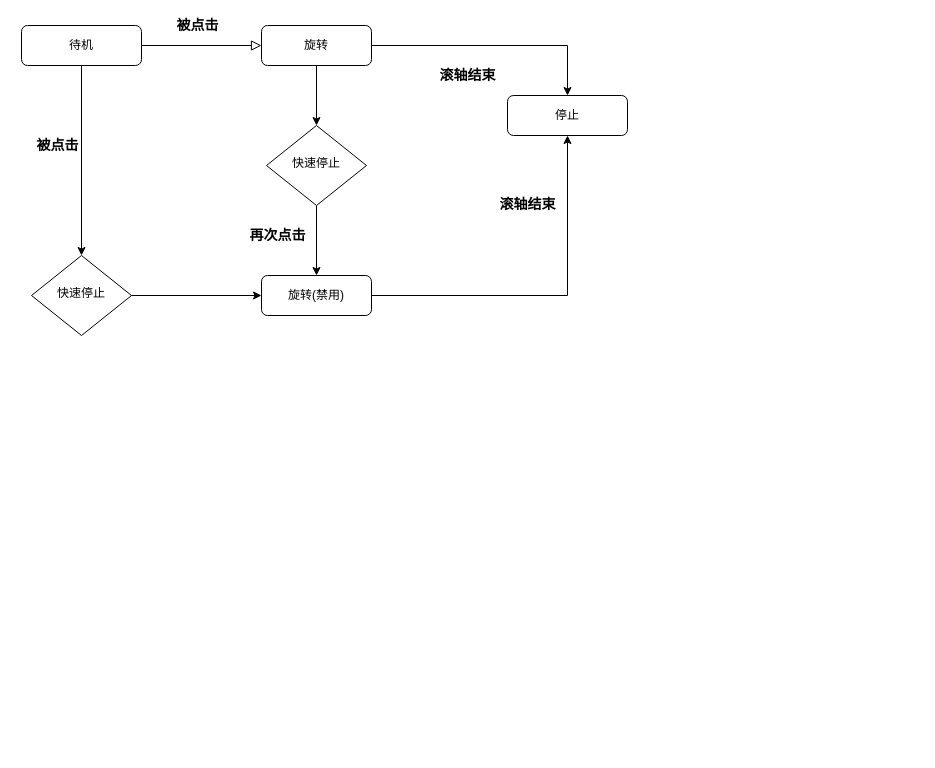
Raindrips/Draw keeps this draw.io diagram as buttom.drawio. Above is the earlier version. Source tidied: cells renumbered, new cells numbered last; positions are measured from the earlier drawing's top-left corner, leaving out a move shared by most shapes. Both pictures are drawn from the tidied source at 100%, with x=0, y=0 at pixel (21, 25).
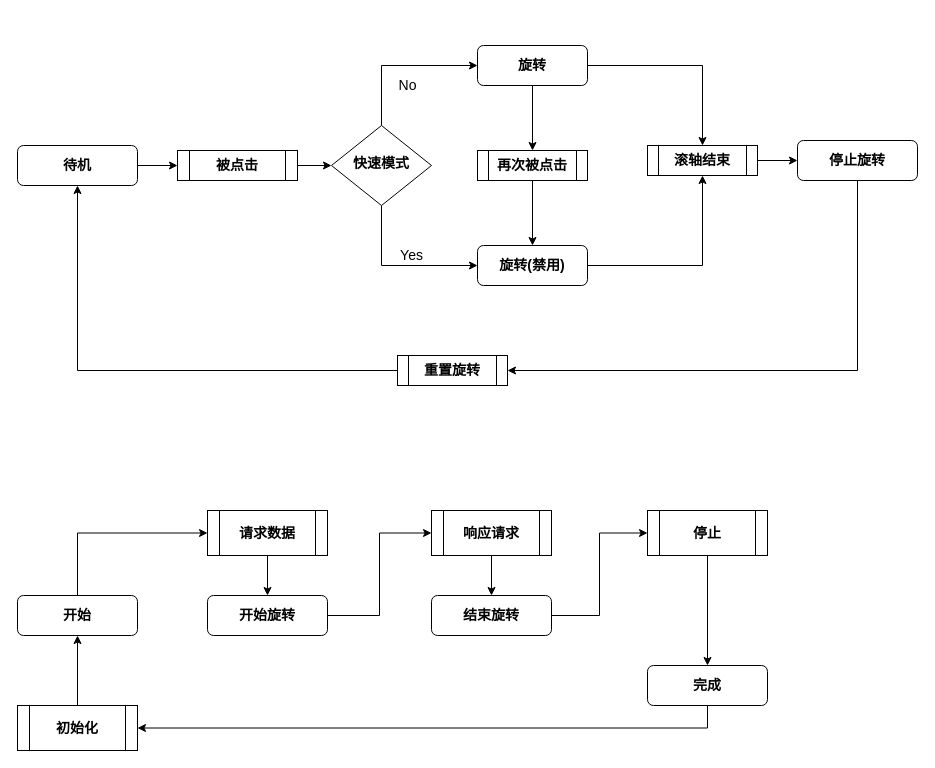
The same page after the edit.

What changed in the source:
```diff
@@
-    <mxCell id="2" value="被点击" style="rounded=0;html=1;jettySize=auto;fontSize=14;endArrow=block;endFill=0;endSize=8;strokeWidth=1;shadow=0;labelBackgroundColor=none;edgeStyle=orthogonalEdgeStyle;entryX=0;entryY=0.5;entryDx=0;entryDy=0;fontStyle=1;" parent="1" edge="1" source="4" target="9">
-      <mxGeometry x="-0.07" y="20" relative="1" as="geometry" />
-    </mxCell>
-    <mxCell id="3" value="被点击" style="edgeStyle=orthogonalEdgeStyle;rounded=0;jettySize=auto;html=1;entryX=0.5;entryY=0;entryDx=0;entryDy=0;fontSize=14;fontStyle=1;" parent="1" edge="1" source="4" target="14">
-      <mxGeometry x="-0.16" y="-24" relative="1" as="geometry">
-        <Array as="points">
-          <mxPoint x="60" y="230" />
-        </Array>
-      </mxGeometry>
-    </mxCell>
+    <mxCell id="15" style="edgeStyle=orthogonalEdgeStyle;rounded=0;jettySize=auto;html=1;exitX=1;exitY=0.5;exitDx=0;exitDy=0;entryX=0;entryY=0.5;entryDx=0;entryDy=0;" parent="1" edge="1" source="4" target="20">
+      <mxGeometry relative="1" as="geometry" />
+    </mxCell>
-    <mxCell id="4" value="待机" style="rounded=1;whiteSpace=wrap;html=1;fontSize=12;glass=0;strokeWidth=1;shadow=0;" parent="1" vertex="1">
-      <mxGeometry width="120" height="40" as="geometry" />
+    <mxCell id="4" value="待机" style="rounded=1;whiteSpace=wrap;html=1;fontSize=14;glass=0;strokeWidth=1;shadow=0;fontStyle=1;" parent="1" vertex="1">
+      <mxGeometry x="-4" y="120" width="120" height="40" as="geometry" />
     </mxCell>
-    <mxCell id="5" value="再次点击" style="edgeStyle=orthogonalEdgeStyle;rounded=0;jettySize=auto;html=1;entryX=0.5;entryY=0;entryDx=0;entryDy=0;fontSize=14;fontStyle=1;" parent="1" edge="1" source="6" target="12">
-      <mxGeometry x="-0.14" y="-39" relative="1" as="geometry" />
-    </mxCell>
-    <mxCell id="6" value="快速停止" style="rhombus;whiteSpace=wrap;html=1;shadow=0;fontFamily=Helvetica;fontSize=12;align=center;strokeWidth=1;spacing=6;spacingTop=-4;" parent="1" vertex="1">
-      <mxGeometry x="245" y="100" width="100" height="80" as="geometry" />
-    </mxCell>
-    <mxCell id="7" style="edgeStyle=orthogonalEdgeStyle;rounded=0;jettySize=auto;html=1;entryX=0.5;entryY=0;entryDx=0;entryDy=0;" parent="1" edge="1" source="9" target="6">
-      <mxGeometry relative="1" as="geometry" />
-    </mxCell>
-    <mxCell id="8" value="&lt;span style=&quot;font-size: 14px; font-weight: 700;&quot;&gt;滚轴结束&lt;/span&gt;" style="edgeStyle=orthogonalEdgeStyle;rounded=0;jettySize=auto;html=1;entryX=0.5;entryY=0;entryDx=0;entryDy=0;" parent="1" edge="1" source="9" target="10">
-      <mxGeometry x="-0.22" y="-30" relative="1" as="geometry" />
-    </mxCell>
+    <mxCell id="16" style="edgeStyle=orthogonalEdgeStyle;rounded=0;jettySize=auto;html=1;exitX=0.5;exitY=1;exitDx=0;exitDy=0;entryX=0.5;entryY=0;entryDx=0;entryDy=0;" parent="1" edge="1" source="9" target="22">
+      <mxGeometry relative="1" as="geometry" />
+    </mxCell>
+    <mxCell id="17" style="edgeStyle=orthogonalEdgeStyle;rounded=0;jettySize=auto;html=1;entryX=0.5;entryY=0;entryDx=0;entryDy=0;" parent="1" edge="1" source="9" target="8">
+      <mxGeometry relative="1" as="geometry" />
+    </mxCell>
-    <mxCell id="9" value="旋转" style="rounded=1;whiteSpace=wrap;html=1;fontSize=12;glass=0;strokeWidth=1;shadow=0;" parent="1" vertex="1">
-      <mxGeometry x="240" width="110" height="40" as="geometry" />
+    <mxCell id="9" value="旋转" style="rounded=1;whiteSpace=wrap;html=1;fontSize=14;glass=0;strokeWidth=1;shadow=0;fontStyle=1;" parent="1" vertex="1">
+      <mxGeometry x="456" y="20" width="110" height="40" as="geometry" />
     </mxCell>
-    <mxCell id="10" value="停止" style="rounded=1;whiteSpace=wrap;html=1;fontSize=12;glass=0;strokeWidth=1;shadow=0;" parent="1" vertex="1">
-      <mxGeometry x="486" y="70" width="120" height="40" as="geometry" />
-    </mxCell>
-    <mxCell id="11" value="滚轴结束" style="edgeStyle=orthogonalEdgeStyle;rounded=0;jettySize=auto;html=1;entryX=0.5;entryY=1;entryDx=0;entryDy=0;fontSize=14;fontStyle=1;exitX=1;exitY=0.5;exitDx=0;exitDy=0;" parent="1" edge="1" source="12" target="10">
+    <mxCell id="11" style="edgeStyle=orthogonalEdgeStyle;rounded=0;jettySize=auto;html=1;entryX=0.5;entryY=1;entryDx=0;entryDy=0;fontSize=14;fontStyle=1;exitX=1;exitY=0.5;exitDx=0;exitDy=0;" parent="1" edge="1" source="12" target="8">
       <mxGeometry x="0.61" y="40" relative="1" as="geometry" />
     </mxCell>
-    <mxCell id="12" value="旋转(禁用)" style="rounded=1;whiteSpace=wrap;html=1;fontSize=12;glass=0;strokeWidth=1;shadow=0;" parent="1" vertex="1">
-      <mxGeometry x="240" y="250" width="110" height="40" as="geometry" />
+    <mxCell id="12" value="旋转(禁用)" style="rounded=1;whiteSpace=wrap;html=1;fontSize=14;glass=0;strokeWidth=1;shadow=0;fontStyle=1;" parent="1" vertex="1">
+      <mxGeometry x="456" y="220" width="110" height="40" as="geometry" />
     </mxCell>
+    <mxCell id="18" value="No" style="edgeStyle=orthogonalEdgeStyle;rounded=0;jettySize=auto;html=1;exitX=0.5;exitY=0;exitDx=0;exitDy=0;entryX=0;entryY=0.5;entryDx=0;entryDy=0;fontSize=14;" parent="1" edge="1" source="14" target="9">
+      <mxGeometry x="0.1" y="-20" relative="1" as="geometry" />
+    </mxCell>
-    <mxCell id="13" style="edgeStyle=orthogonalEdgeStyle;rounded=0;jettySize=auto;html=1;entryX=0;entryY=0.5;entryDx=0;entryDy=0;" parent="1" edge="1" source="14" target="12">
-      <mxGeometry relative="1" as="geometry" />
+    <mxCell id="13" value="Yes" style="edgeStyle=orthogonalEdgeStyle;rounded=0;jettySize=auto;html=1;exitX=0.5;exitY=1;exitDx=0;exitDy=0;entryX=0;entryY=0.5;entryDx=0;entryDy=0;fontSize=14;" parent="1" edge="1" source="14" target="12">
+      <mxGeometry x="0.15" y="10" relative="1" as="geometry" />
     </mxCell>
-    <mxCell id="14" value="快速停止" style="rhombus;whiteSpace=wrap;html=1;shadow=0;fontFamily=Helvetica;fontSize=12;align=center;strokeWidth=1;spacing=6;spacingTop=-4;" parent="1" vertex="1">
-      <mxGeometry x="10" y="230" width="100" height="80" as="geometry" />
+    <mxCell id="14" value="快速模式" style="rhombus;whiteSpace=wrap;html=1;shadow=0;fontFamily=Helvetica;fontSize=14;align=center;strokeWidth=1;spacing=6;spacingTop=-4;fontStyle=1;" parent="1" vertex="1">
+      <mxGeometry x="310" y="100" width="100" height="80" as="geometry" />
     </mxCell>
+    <mxCell id="19" style="edgeStyle=orthogonalEdgeStyle;rounded=0;jettySize=auto;html=1;exitX=1;exitY=0.5;exitDx=0;exitDy=0;entryX=0;entryY=0.5;entryDx=0;entryDy=0;" parent="1" edge="1" source="20" target="14">
+      <mxGeometry relative="1" as="geometry" />
+    </mxCell>
+    <mxCell id="20" value="&lt;span style=&quot;text-wrap: nowrap; font-size: 14px; background-color: rgb(255, 255, 255);&quot;&gt;被点击&lt;/span&gt;" style="shape=process;whiteSpace=wrap;html=1;backgroundOutline=1;fontSize=14;fontStyle=1;" parent="1" vertex="1">
+      <mxGeometry x="156" y="125" width="120" height="30" as="geometry" />
+    </mxCell>
+    <mxCell id="21" style="edgeStyle=orthogonalEdgeStyle;rounded=0;jettySize=auto;html=1;exitX=0.5;exitY=1;exitDx=0;exitDy=0;entryX=0.5;entryY=0;entryDx=0;entryDy=0;" parent="1" edge="1" source="22" target="12">
+      <mxGeometry relative="1" as="geometry" />
+    </mxCell>
+    <mxCell id="22" value="&lt;span style=&quot;font-size: 14px; font-weight: 700; text-wrap: nowrap; background-color: rgb(255, 255, 255);&quot;&gt;再次被点击&lt;/span&gt;" style="shape=process;whiteSpace=wrap;html=1;backgroundOutline=1;" parent="1" vertex="1">
+      <mxGeometry x="456" y="125" width="110" height="30" as="geometry" />
+    </mxCell>
+    <mxCell id="23" style="edgeStyle=orthogonalEdgeStyle;rounded=0;jettySize=auto;html=1;exitX=1;exitY=0.5;exitDx=0;exitDy=0;entryX=0;entryY=0.5;entryDx=0;entryDy=0;" parent="1" edge="1" source="8" target="27">
+      <mxGeometry relative="1" as="geometry" />
+    </mxCell>
+    <mxCell id="8" value="&lt;span style=&quot;font-size: 14px; text-wrap: nowrap; background-color: rgb(255, 255, 255);&quot;&gt;滚轴结束&lt;/span&gt;" style="shape=process;whiteSpace=wrap;html=1;backgroundOutline=1;fontSize=14;fontStyle=1;" parent="1" vertex="1">
+      <mxGeometry x="626" y="120" width="110" height="30" as="geometry" />
+    </mxCell>
+    <mxCell id="24" style="edgeStyle=orthogonalEdgeStyle;rounded=0;jettySize=auto;html=1;entryX=0.5;entryY=1;entryDx=0;entryDy=0;" parent="1" edge="1" source="25" target="4">
+      <mxGeometry relative="1" as="geometry" />
+    </mxCell>
+    <mxCell id="25" value="&lt;span style=&quot;text-wrap: nowrap; background-color: rgb(255, 255, 255);&quot;&gt;重置旋转&lt;/span&gt;" style="shape=process;whiteSpace=wrap;html=1;backgroundOutline=1;fontSize=14;fontStyle=1;" parent="1" vertex="1">
+      <mxGeometry x="376" y="330" width="110" height="30" as="geometry" />
+    </mxCell>
+    <mxCell id="26" style="edgeStyle=orthogonalEdgeStyle;rounded=0;jettySize=auto;html=1;exitX=0.5;exitY=1;exitDx=0;exitDy=0;entryX=1;entryY=0.5;entryDx=0;entryDy=0;" parent="1" edge="1" source="27" target="25">
+      <mxGeometry relative="1" as="geometry" />
+    </mxCell>
+    <mxCell id="27" value="停止旋转" style="rounded=1;whiteSpace=wrap;html=1;fontSize=14;glass=0;strokeWidth=1;shadow=0;fontStyle=1;" parent="1" vertex="1">
+      <mxGeometry x="776" y="115" width="120" height="40" as="geometry" />
+    </mxCell>
+    <mxCell id="28" style="edgeStyle=orthogonalEdgeStyle;rounded=0;jettySize=auto;html=1;exitX=0.5;exitY=0;exitDx=0;exitDy=0;entryX=0;entryY=0.5;entryDx=0;entryDy=0;" parent="1" edge="1" source="29" target="39">
+      <mxGeometry relative="1" as="geometry" />
+    </mxCell>
+    <mxCell id="29" value="开始" style="rounded=1;whiteSpace=wrap;html=1;fontSize=14;glass=0;strokeWidth=1;shadow=0;fontStyle=1;" parent="1" vertex="1">
+      <mxGeometry x="-4" y="570" width="120" height="40" as="geometry" />
+    </mxCell>
+    <mxCell id="30" style="edgeStyle=orthogonalEdgeStyle;rounded=0;jettySize=auto;html=1;exitX=1;exitY=0.5;exitDx=0;exitDy=0;entryX=0;entryY=0.5;entryDx=0;entryDy=0;" parent="1" edge="1" source="31" target="41">
+      <mxGeometry relative="1" as="geometry" />
+    </mxCell>
+    <mxCell id="31" value="开始旋转" style="rounded=1;whiteSpace=wrap;html=1;fontSize=14;glass=0;strokeWidth=1;shadow=0;fontStyle=1;" parent="1" vertex="1">
+      <mxGeometry x="186" y="570" width="120" height="40" as="geometry" />
+    </mxCell>
+    <mxCell id="32" style="edgeStyle=orthogonalEdgeStyle;rounded=0;jettySize=auto;html=1;exitX=1;exitY=0.5;exitDx=0;exitDy=0;entryX=0;entryY=0.5;entryDx=0;entryDy=0;" parent="1" edge="1" source="33" target="10">
+      <mxGeometry relative="1" as="geometry" />
+    </mxCell>
+    <mxCell id="33" value="结束旋转" style="rounded=1;whiteSpace=wrap;html=1;fontSize=14;glass=0;strokeWidth=1;shadow=0;fontStyle=1;" parent="1" vertex="1">
+      <mxGeometry x="410" y="570" width="120" height="40" as="geometry" />
+    </mxCell>
+    <mxCell id="34" style="edgeStyle=orthogonalEdgeStyle;rounded=0;jettySize=auto;html=1;exitX=0.5;exitY=1;exitDx=0;exitDy=0;entryX=1;entryY=0.5;entryDx=0;entryDy=0;" parent="1" edge="1" source="35" target="37">
+      <mxGeometry relative="1" as="geometry" />
+    </mxCell>
+    <mxCell id="35" value="完成" style="rounded=1;whiteSpace=wrap;html=1;fontSize=14;glass=0;strokeWidth=1;shadow=0;fontStyle=1;" parent="1" vertex="1">
+      <mxGeometry x="626" y="640" width="120" height="40" as="geometry" />
+    </mxCell>
+    <mxCell id="36" style="edgeStyle=orthogonalEdgeStyle;rounded=0;jettySize=auto;html=1;entryX=0.5;entryY=1;entryDx=0;entryDy=0;" parent="1" edge="1" source="37" target="29">
+      <mxGeometry relative="1" as="geometry" />
+    </mxCell>
+    <mxCell id="37" value="&lt;font style=&quot;font-size: 14px;&quot;&gt;初始化&lt;/font&gt;" style="shape=process;whiteSpace=wrap;html=1;backgroundOutline=1;fontSize=14;fontStyle=1;" parent="1" vertex="1">
+      <mxGeometry x="-4" y="680" width="120" height="45" as="geometry" />
+    </mxCell>
+    <mxCell id="38" style="edgeStyle=orthogonalEdgeStyle;rounded=0;jettySize=auto;html=1;exitX=0.5;exitY=1;exitDx=0;exitDy=0;entryX=0.5;entryY=0;entryDx=0;entryDy=0;" parent="1" edge="1" source="39" target="31">
+      <mxGeometry relative="1" as="geometry" />
+    </mxCell>
+    <mxCell id="39" value="请求数据" style="shape=process;whiteSpace=wrap;html=1;backgroundOutline=1;fontSize=14;fontStyle=1;align=center;" parent="1" vertex="1">
+      <mxGeometry x="186" y="485" width="120" height="45" as="geometry" />
+    </mxCell>
+    <mxCell id="40" style="edgeStyle=orthogonalEdgeStyle;rounded=0;jettySize=auto;html=1;exitX=0.5;exitY=1;exitDx=0;exitDy=0;entryX=0.5;entryY=0;entryDx=0;entryDy=0;" parent="1" edge="1" source="41" target="33">
+      <mxGeometry relative="1" as="geometry" />
+    </mxCell>
+    <mxCell id="41" value="响应请求" style="shape=process;whiteSpace=wrap;html=1;backgroundOutline=1;fontSize=14;fontStyle=1;align=center;" parent="1" vertex="1">
+      <mxGeometry x="410" y="485" width="120" height="45" as="geometry" />
+    </mxCell>
+    <mxCell id="42" style="edgeStyle=orthogonalEdgeStyle;rounded=0;jettySize=auto;html=1;exitX=0.5;exitY=1;exitDx=0;exitDy=0;entryX=0.5;entryY=0;entryDx=0;entryDy=0;" parent="1" edge="1" source="10" target="35">
+      <mxGeometry relative="1" as="geometry" />
+    </mxCell>
+    <mxCell id="10" value="停止" style="shape=process;whiteSpace=wrap;html=1;backgroundOutline=1;fontSize=14;fontStyle=1;align=center;" parent="1" vertex="1">
+      <mxGeometry x="626" y="485" width="120" height="45" as="geometry" />
+    </mxCell>
```
